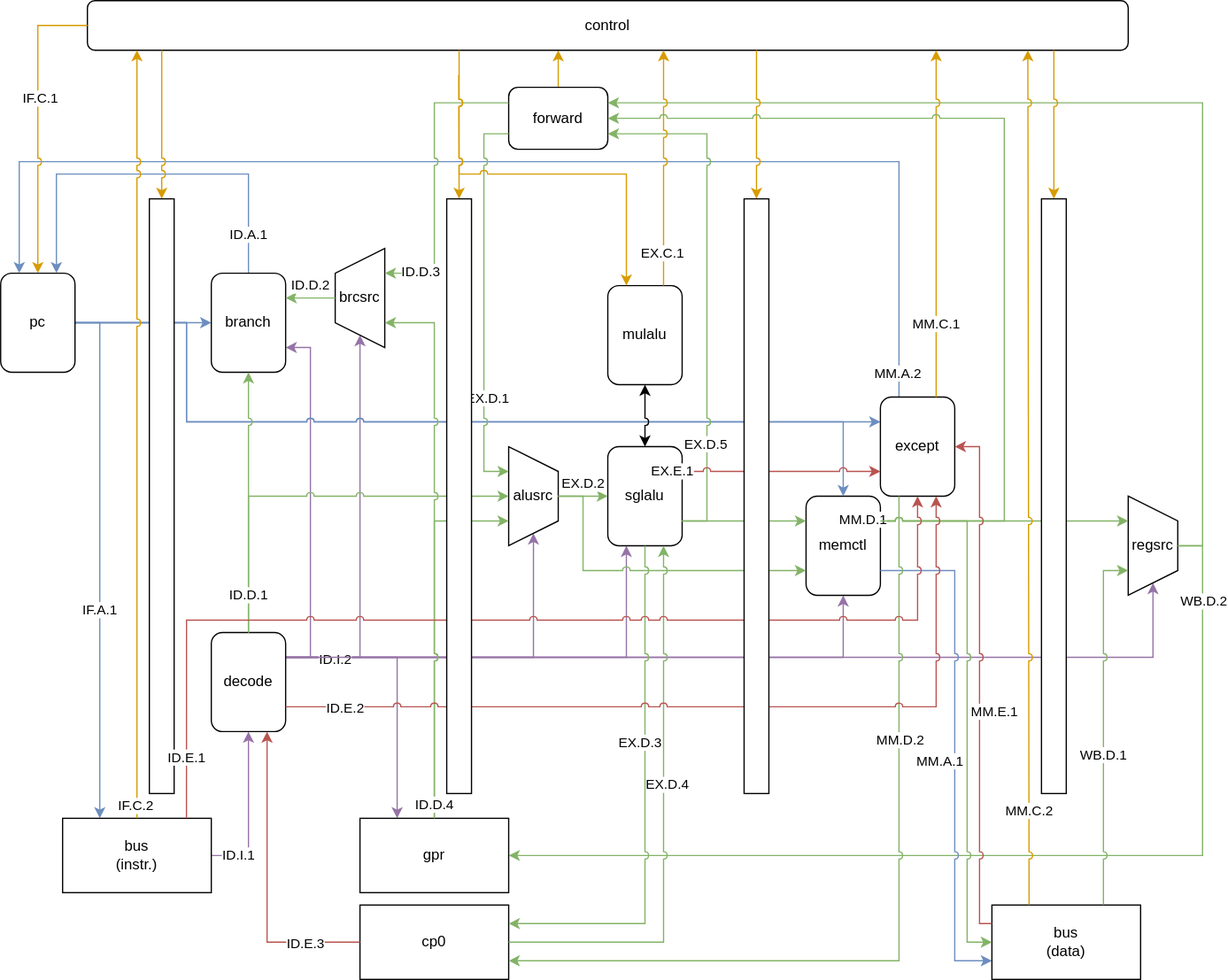
This is datapath-2.svg from endereyewxy/NaiveMIPS, a draw.io export, as it was before one commit. Source tidied: cells renumbered, new cells last; positions are measured from the earlier drawing's top-left corner, leaving out a move shared by most shapes.
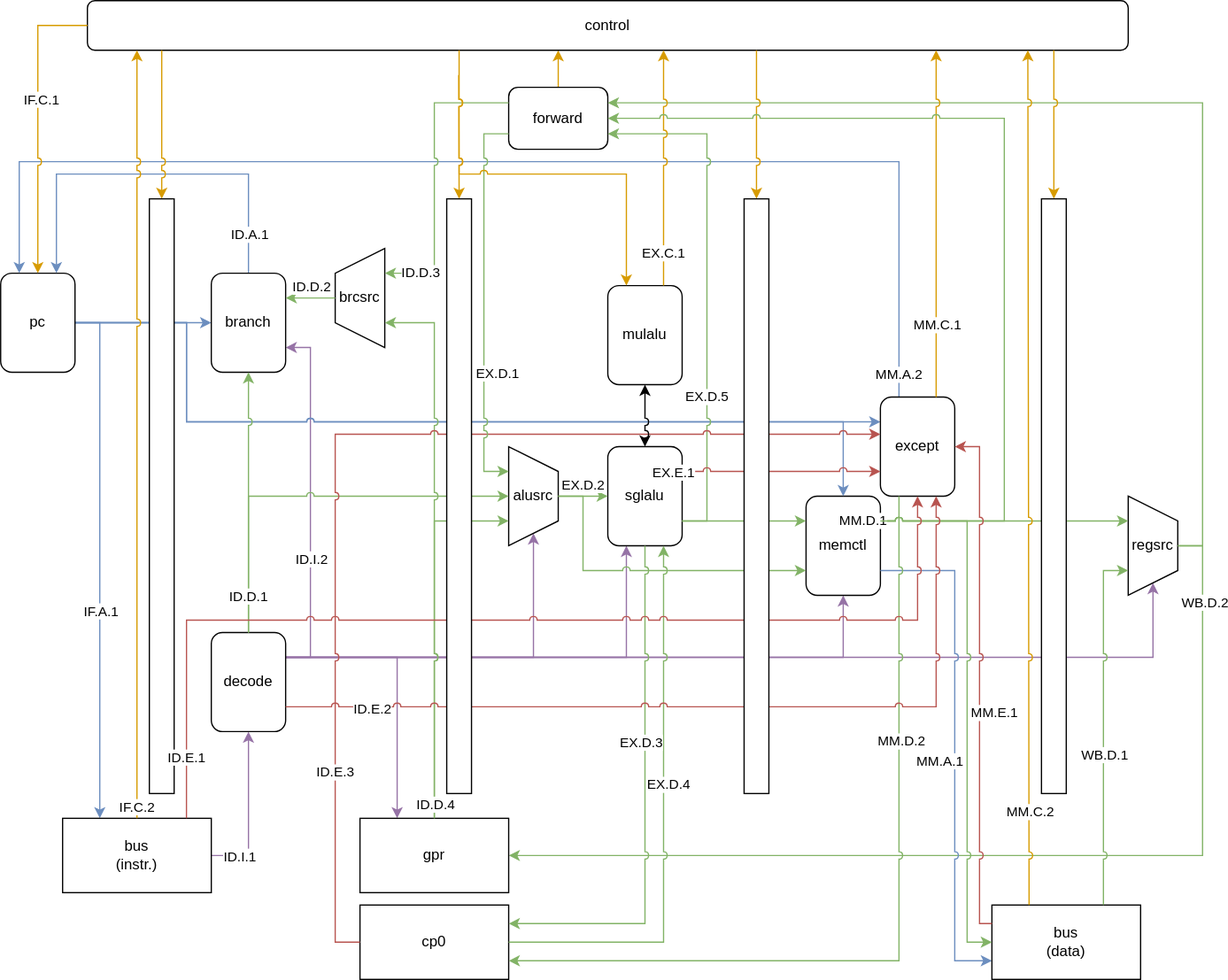
After the change.

Commit message:
修复了数据通路

Change to the diagram source:
```diff
@@ -23,11 +23,13 @@
     <mxCell id="8" value="ID.I.1" style="edgeLabel;html=1;align=center;verticalAlign=middle;" parent="7" vertex="1">
       <mxGeometry x="-0.67" relative="1" as="geometry" />
     </mxCell>
-    <mxCell id="9" style="edgeStyle=orthogonalEdgeStyle;rounded=0;jumpStyle=none;jettySize=auto;html=1;exitX=1;exitY=0.25;exitDx=0;exitDy=0;entryX=0;entryY=0.5;entryDx=0;entryDy=0;fillColor=#e1d5e7;strokeColor=#9673a6;" parent="1" edge="1" source="21" target="27">
-      <mxGeometry relative="1" as="geometry" />
-    </mxCell>
     <mxCell id="10" style="edgeStyle=orthogonalEdgeStyle;rounded=0;jumpStyle=none;jettySize=auto;html=1;exitX=1;exitY=0.25;exitDx=0;exitDy=0;entryX=1;entryY=0.75;entryDx=0;entryDy=0;fillColor=#e1d5e7;strokeColor=#9673a6;" parent="1" edge="1" source="21" target="24">
-      <mxGeometry relative="1" as="geometry" />
+      <mxGeometry relative="1" as="geometry">
+        <Array as="points">
+          <mxPoint x="250" y="530" />
+          <mxPoint x="250" y="280" />
+        </Array>
+      </mxGeometry>
     </mxCell>
     <mxCell id="11" style="edgeStyle=orthogonalEdgeStyle;rounded=0;jumpStyle=none;jettySize=auto;html=1;exitX=1;exitY=0.25;exitDx=0;exitDy=0;entryX=0.25;entryY=1;entryDx=0;entryDy=0;fillColor=#e1d5e7;strokeColor=#9673a6;" parent="1" edge="1" source="21" target="28">
       <mxGeometry relative="1" as="geometry" />
@@ -37,7 +39,7 @@
     </mxCell>
     <mxCell id="13" value="ID.I.2" style="edgeLabel;html=1;align=center;verticalAlign=middle;" parent="12" vertex="1">
       <mxGeometry x="-0.79" y="-2" relative="1" as="geometry">
-        <mxPoint x="9.2" as="offset" />
+        <mxPoint x="-11" y="-82" as="offset" />
       </mxGeometry>
     </mxCell>
     <mxCell id="14" style="edgeStyle=orthogonalEdgeStyle;rounded=0;jumpStyle=arc;jettySize=auto;html=1;exitX=1;exitY=0.5;exitDx=0;exitDy=0;entryX=0;entryY=0.5;entryDx=0;entryDy=0;fillColor=#dae8fc;strokeColor=#6c8ebf;" parent="1" edge="1" source="19" target="24">
@@ -70,7 +72,11 @@
       <mxGeometry y="220" width="60" height="80" as="geometry" />
     </mxCell>
     <mxCell id="20" style="edgeStyle=orthogonalEdgeStyle;rounded=0;jumpStyle=arc;jettySize=auto;html=1;exitX=1;exitY=0.25;exitDx=0;exitDy=0;entryX=0.25;entryY=0;entryDx=0;entryDy=0;startArrow=none;startFill=0;fillColor=#e1d5e7;strokeColor=#9673a6;" parent="1" edge="1" source="21" target="39">
-      <mxGeometry relative="1" as="geometry" />
+      <mxGeometry relative="1" as="geometry">
+        <Array as="points">
+          <mxPoint x="320" y="530" />
+        </Array>
+      </mxGeometry>
     </mxCell>
     <mxCell id="21" value="&lt;div&gt;decode&lt;/div&gt;" style="rounded=1;whiteSpace=wrap;html=1;" parent="1" vertex="1">
       <mxGeometry x="170" y="510" width="60" height="80" as="geometry" />
@@ -103,9 +109,6 @@
     <mxCell id="28" value="sglalu" style="rounded=1;whiteSpace=wrap;html=1;" parent="1" vertex="1">
       <mxGeometry x="490" y="360" width="60" height="80" as="geometry" />
     </mxCell>
-    <mxCell id="29" style="edgeStyle=orthogonalEdgeStyle;rounded=0;jumpStyle=arc;jettySize=auto;html=1;exitX=0.5;exitY=1;exitDx=0;exitDy=0;entryX=0.5;entryY=0;entryDx=0;entryDy=0;startArrow=classic;startFill=1;" parent="1" edge="1" source="30" target="28">
-      <mxGeometry relative="1" as="geometry" />
-    </mxCell>
     <mxCell id="30" value="mulalu" style="rounded=1;whiteSpace=wrap;html=1;" parent="1" vertex="1">
       <mxGeometry x="490" y="230" width="60" height="80" as="geometry" />
     </mxCell>
@@ -115,7 +118,7 @@
     <mxCell id="32" value="alusrc" style="shape=trapezoid;perimeter=trapezoidPerimeter;whiteSpace=wrap;html=1;fixedSize=1;rounded=0;direction=south;" parent="1" vertex="1">
       <mxGeometry x="410" y="360" width="40" height="80" as="geometry" />
     </mxCell>
-    <mxCell id="33" style="edgeStyle=orthogonalEdgeStyle;rounded=0;jumpStyle=none;jettySize=auto;html=1;exitX=0.25;exitY=0;exitDx=0;exitDy=0;entryX=0.25;entryY=0;entryDx=0;entryDy=0;startArrow=none;startFill=0;fillColor=#dae8fc;strokeColor=#6c8ebf;" parent="1" edge="1" source="35" target="19">
+    <mxCell id="33" style="edgeStyle=orthogonalEdgeStyle;rounded=0;jumpStyle=arc;jettySize=auto;html=1;exitX=0.25;exitY=0;exitDx=0;exitDy=0;entryX=0.25;entryY=0;entryDx=0;entryDy=0;startArrow=none;startFill=0;fillColor=#dae8fc;strokeColor=#6c8ebf;" parent="1" edge="1" source="35" target="19">
       <mxGeometry relative="1" as="geometry">
         <Array as="points">
           <mxPoint x="725" y="130" />
@@ -216,7 +219,9 @@
       </mxGeometry>
     </mxCell>
     <mxCell id="56" value="EX.D.5" style="edgeLabel;html=1;align=center;verticalAlign=middle;" parent="55" vertex="1">
-      <mxGeometry x="-0.6" y="1" relative="1" as="geometry" />
+      <mxGeometry x="-0.6" y="1" relative="1" as="geometry">
+        <mxPoint y="-37.5" as="offset" />
+      </mxGeometry>
     </mxCell>
     <mxCell id="57" style="edgeStyle=orthogonalEdgeStyle;rounded=0;jumpStyle=arc;jettySize=auto;html=1;exitX=0.5;exitY=0;exitDx=0;exitDy=0;entryX=0;entryY=0.5;entryDx=0;entryDy=0;startArrow=none;startFill=0;fillColor=#d5e8d4;strokeColor=#82b366;" parent="1" edge="1" source="32" target="28">
       <mxGeometry relative="1" as="geometry" />
@@ -281,8 +286,15 @@
         <mxPoint x="-38" as="offset" />
       </mxGeometry>
     </mxCell>
-    <mxCell id="73" style="edgeStyle=orthogonalEdgeStyle;rounded=0;jumpStyle=arc;jettySize=auto;html=1;exitX=0;exitY=0.5;exitDx=0;exitDy=0;entryX=0.75;entryY=1;entryDx=0;entryDy=0;startArrow=none;startFill=0;fillColor=#f8cecc;strokeColor=#b85450;" parent="1" edge="1" source="41" target="21">
-      <mxGeometry relative="1" as="geometry" />
+    <mxCell id="73" style="edgeStyle=orthogonalEdgeStyle;rounded=0;jumpStyle=arc;jettySize=auto;html=1;exitX=0;exitY=0.5;exitDx=0;exitDy=0;startArrow=none;startFill=0;fillColor=#f8cecc;strokeColor=#b85450;" parent="1" edge="1" source="41">
+      <mxGeometry relative="1" as="geometry">
+        <mxPoint x="710" y="350" as="targetPoint" />
+        <Array as="points">
+          <mxPoint x="270" y="760" />
+          <mxPoint x="270" y="350" />
+          <mxPoint x="710" y="350" />
+        </Array>
+      </mxGeometry>
     </mxCell>
     <mxCell id="74" value="&lt;div&gt;ID.E.3&lt;/div&gt;" style="edgeLabel;html=1;align=center;verticalAlign=middle;" parent="73" vertex="1">
       <mxGeometry x="-0.64" y="1" relative="1" as="geometry" />
@@ -356,7 +368,7 @@
     </mxCell>
     <mxCell id="92" value="EX.D.1" style="edgeLabel;html=1;align=center;verticalAlign=middle;" parent="91" vertex="1">
       <mxGeometry x="0.63" y="3" relative="1" as="geometry">
-        <mxPoint y="-21.3" as="offset" />
+        <mxPoint x="7" y="-41.5" as="offset" />
       </mxGeometry>
     </mxCell>
     <mxCell id="93" style="edgeStyle=orthogonalEdgeStyle;rounded=0;jumpStyle=arc;jettySize=auto;html=1;exitX=1;exitY=0.25;exitDx=0;exitDy=0;entryX=1;entryY=0.5;entryDx=0;entryDy=0;startArrow=none;startFill=0;fillColor=#d5e8d4;strokeColor=#82b366;" parent="1" edge="1" source="3" target="26">
@@ -386,7 +398,9 @@
       </mxGeometry>
     </mxCell>
     <mxCell id="97" value="ID.E.2" style="edgeLabel;html=1;align=center;verticalAlign=middle;" parent="96" vertex="1">
-      <mxGeometry x="-0.86" y="-1" relative="1" as="geometry" />
+      <mxGeometry x="-0.86" y="-1" relative="1" as="geometry">
+        <mxPoint x="22.5" as="offset" />
+      </mxGeometry>
     </mxCell>
     <mxCell id="98" style="edgeStyle=orthogonalEdgeStyle;rounded=0;jumpStyle=arc;jettySize=auto;html=1;exitX=0;exitY=0.25;exitDx=0;exitDy=0;entryX=1;entryY=0.5;entryDx=0;entryDy=0;startArrow=none;startFill=0;fillColor=#f8cecc;strokeColor=#b85450;" parent="1" edge="1" source="42" target="35">
       <mxGeometry relative="1" as="geometry">
@@ -416,5 +430,8 @@
         </Array>
       </mxGeometry>
     </mxCell>
+    <mxCell id="29" style="edgeStyle=orthogonalEdgeStyle;rounded=0;jumpStyle=arc;jettySize=auto;html=1;exitX=0.5;exitY=1;exitDx=0;exitDy=0;entryX=0.5;entryY=0;entryDx=0;entryDy=0;startArrow=classic;startFill=1;" parent="1" edge="1" source="30" target="28">
+      <mxGeometry relative="1" as="geometry" />
+    </mxCell>
   </root>
 </mxGraphModel>
```
